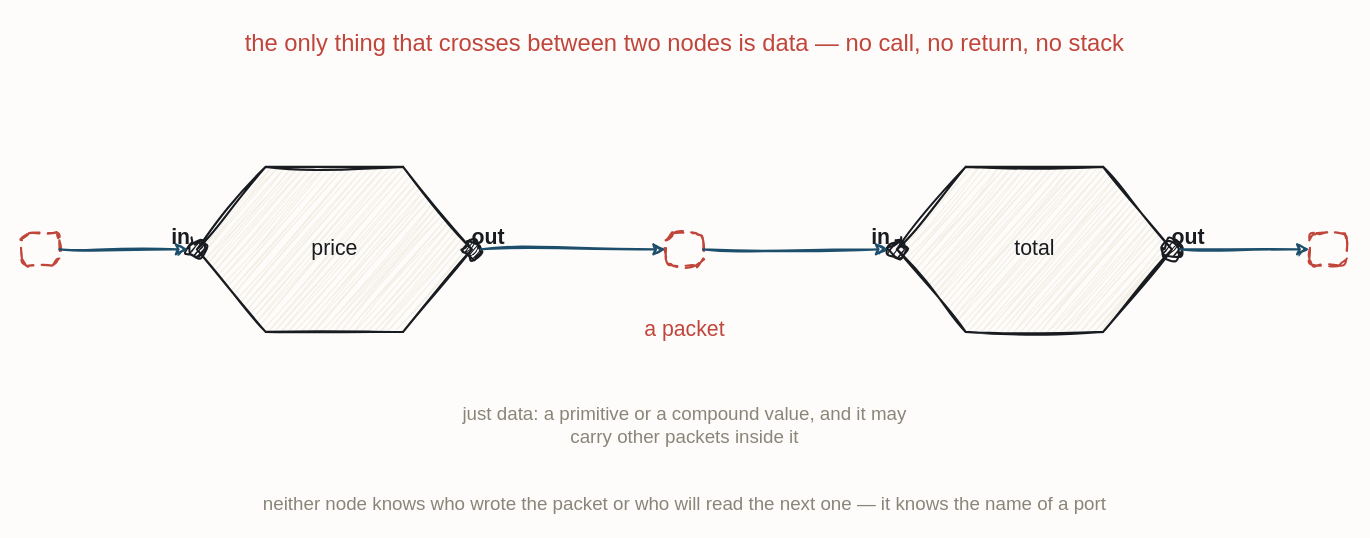
iancooper/practical-messaging keeps this draw.io diagram as resources/flow-two-nodes.drawio. Above is the earlier version. Source tidied: cells renumbered, new cells numbered last; positions are measured from the earlier drawing's top-left corner, leaving out a move shared by most shapes. Both pictures are drawn from the tidied source at 125%, with x=0, y=0 at pixel (21, 21).
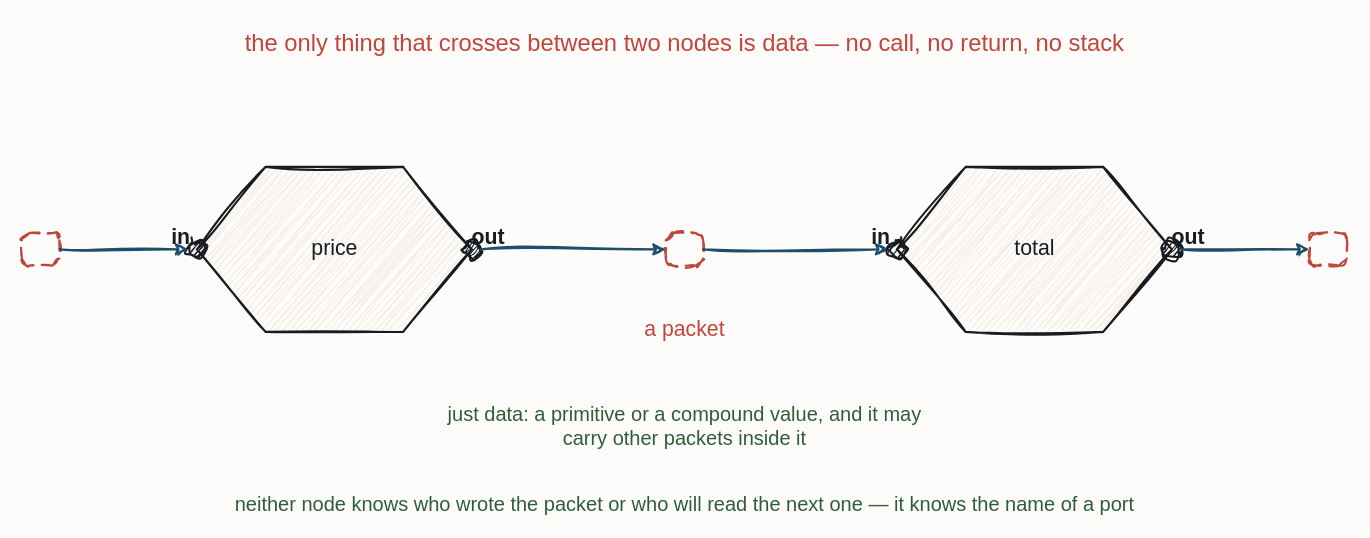
Above is the later version.

What changed in the source:
```diff
@@
-    <mxCell id="17" value="just data: a primitive or a compound value, and it may&#10;carry other packets inside it" style="text;html=1;align=center;fontFamily=Caveat;fontSize=15;fontColor=#8A8578;" parent="1" vertex="1">
+    <mxCell id="17" value="just data: a primitive or a compound value, and it may&#10;carry other packets inside it" style="text;html=1;align=center;fontFamily=Caveat;fontSize=16;fontColor=#2F5D3A;" parent="1" vertex="1">
       <mxGeometry x="470" y="298" width="120" height="20" as="geometry" />
     </mxCell>
-    <mxCell id="18" value="neither node knows who wrote the packet or who will read the next one — it knows the name of a port" style="text;html=1;align=center;fontFamily=Caveat;fontSize=15;fontColor=#8A8578;" parent="1" vertex="1">
+    <mxCell id="18" value="neither node knows who wrote the packet or who will read the next one — it knows the name of a port" style="text;html=1;align=center;fontFamily=Caveat;fontSize=16;fontColor=#2F5D3A;" parent="1" vertex="1">
       <mxGeometry x="470" y="370" width="120" height="20" as="geometry" />
     </mxCell>
```
